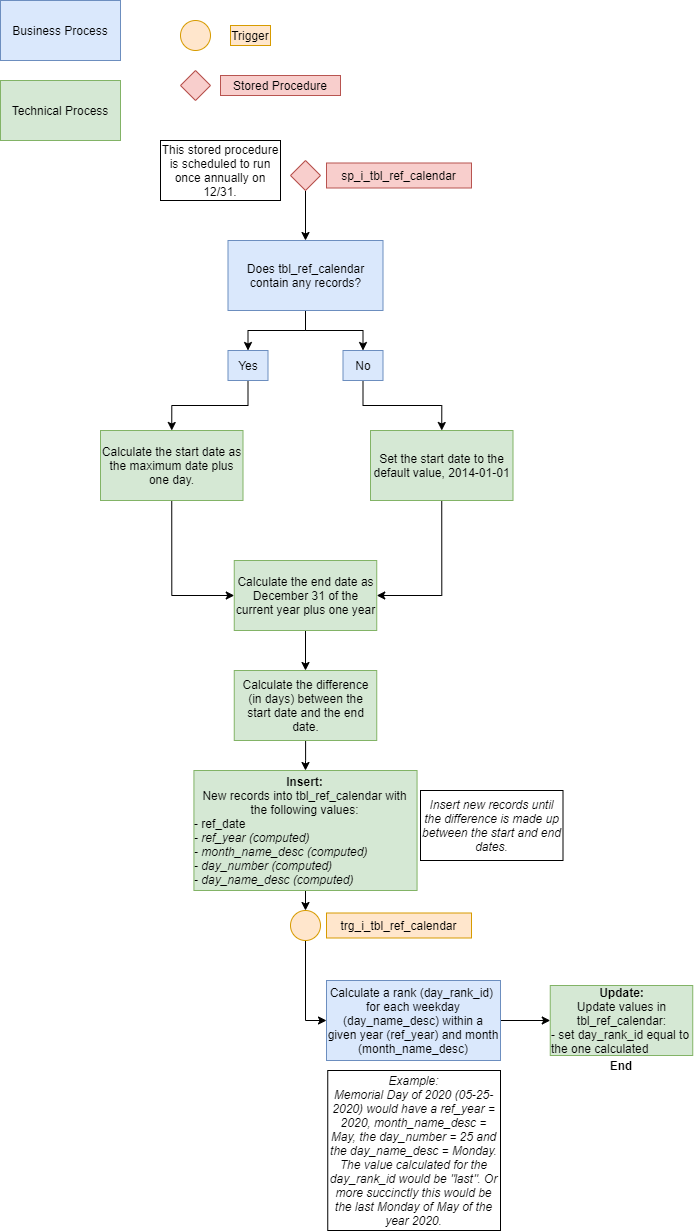
The draw.io diagram images/sp_insert_tbl_ref_calendar;trg_i_tbl_ref_calendar.png in NYC-Parks/SLADB, before a commit. Source tidied: cells renumbered, new cells last; positions are measured from the earlier drawing's top-left corner, leaving out a move shared by most shapes. Source of this version:
```xml
<mxGraphModel>
  <root>
    <mxCell id="0" />
    <mxCell id="1" parent="0" />
    <mxCell id="2" style="edgeStyle=orthogonalEdgeStyle;rounded=0;jettySize=auto;html=1;exitX=0.5;exitY=1;exitDx=0;exitDy=0;entryX=0.5;entryY=0;entryDx=0;entryDy=0;" parent="1" edge="1" source="3" target="18">
      <mxGeometry relative="1" as="geometry" />
    </mxCell>
    <mxCell id="3" style="rhombus;whiteSpace=wrap;html=1;fillColor=#f8cecc;strokeColor=#b85450;" parent="1" vertex="1">
      <mxGeometry x="290" y="160" width="30" height="30" as="geometry" />
    </mxCell>
    <mxCell id="4" value="sp_i_tbl_ref_calendar" style="rounded=0;whiteSpace=wrap;html=1;fillColor=#f8cecc;strokeColor=#b85450;" parent="1" vertex="1">
      <mxGeometry x="326" y="162.5" width="145" height="25" as="geometry" />
    </mxCell>
    <mxCell id="5" value="Business Process" style="rounded=0;whiteSpace=wrap;html=1;fillColor=#dae8fc;strokeColor=#6c8ebf;" parent="1" vertex="1">
      <mxGeometry width="120" height="60" as="geometry" />
    </mxCell>
    <mxCell id="6" value="Technical Process" style="rounded=0;whiteSpace=wrap;html=1;fillColor=#d5e8d4;strokeColor=#82b366;" parent="1" vertex="1">
      <mxGeometry y="80" width="120" height="60" as="geometry" />
    </mxCell>
    <mxCell id="7" style="ellipse;whiteSpace=wrap;html=1;fillColor=#ffe6cc;strokeColor=#d79b00;" parent="1" vertex="1">
      <mxGeometry x="180" y="20" width="30" height="30" as="geometry" />
    </mxCell>
    <mxCell id="8" value="Trigger" style="text;html=1;strokeColor=#d79b00;fillColor=#ffe6cc;align=center;verticalAlign=middle;whiteSpace=wrap;rounded=0;" parent="1" vertex="1">
      <mxGeometry x="230" y="25" width="40" height="20" as="geometry" />
    </mxCell>
    <mxCell id="9" style="rhombus;whiteSpace=wrap;html=1;align=left;fillColor=#f8cecc;strokeColor=#b85450;" parent="1" vertex="1">
      <mxGeometry x="180" y="70" width="30" height="30" as="geometry" />
    </mxCell>
    <mxCell id="10" value="Stored Procedure" style="text;html=1;strokeColor=#b85450;fillColor=#f8cecc;align=center;verticalAlign=middle;whiteSpace=wrap;rounded=0;" parent="1" vertex="1">
      <mxGeometry x="220" y="75" width="120" height="20" as="geometry" />
    </mxCell>
    <mxCell id="11" value="This stored procedure is scheduled to run once annually on 12/31." style="rounded=0;whiteSpace=wrap;html=1;" parent="1" vertex="1">
      <mxGeometry x="160" y="140" width="120" height="60" as="geometry" />
    </mxCell>
    <mxCell id="12" style="edgeStyle=orthogonalEdgeStyle;rounded=0;jettySize=auto;html=1;exitX=0.5;exitY=1;exitDx=0;exitDy=0;entryX=0;entryY=0.5;entryDx=0;entryDy=0;" parent="1" edge="1" source="13" target="15">
      <mxGeometry relative="1" as="geometry" />
    </mxCell>
    <mxCell id="13" value="Calculate the start date as the maximum date plus one day." style="rounded=0;whiteSpace=wrap;html=1;fillColor=#d5e8d4;strokeColor=#82b366;" parent="1" vertex="1">
      <mxGeometry x="100" y="430" width="142.5" height="70" as="geometry" />
    </mxCell>
    <mxCell id="14" style="edgeStyle=orthogonalEdgeStyle;rounded=0;jettySize=auto;html=1;exitX=0.5;exitY=1;exitDx=0;exitDy=0;entryX=0.5;entryY=0;entryDx=0;entryDy=0;" parent="1" edge="1" source="15" target="26">
      <mxGeometry relative="1" as="geometry" />
    </mxCell>
    <mxCell id="15" value="Calculate the end date as December 31 of the current year plus one year" style="rounded=0;whiteSpace=wrap;html=1;fillColor=#d5e8d4;strokeColor=#82b366;" parent="1" vertex="1">
      <mxGeometry x="233.8" y="560" width="142.5" height="70" as="geometry" />
    </mxCell>
    <mxCell id="16" style="edgeStyle=orthogonalEdgeStyle;rounded=0;jettySize=auto;html=1;exitX=0.5;exitY=1;exitDx=0;exitDy=0;entryX=0.5;entryY=0;entryDx=0;entryDy=0;" parent="1" edge="1" source="18" target="20">
      <mxGeometry relative="1" as="geometry" />
    </mxCell>
    <mxCell id="17" style="edgeStyle=orthogonalEdgeStyle;rounded=0;jettySize=auto;html=1;exitX=0.5;exitY=1;exitDx=0;exitDy=0;entryX=0.5;entryY=0;entryDx=0;entryDy=0;" parent="1" edge="1" source="18" target="22">
      <mxGeometry relative="1" as="geometry" />
    </mxCell>
    <mxCell id="18" value="Does tbl_ref_calendar contain any records?" style="rounded=0;whiteSpace=wrap;html=1;fillColor=#dae8fc;strokeColor=#6c8ebf;" parent="1" vertex="1">
      <mxGeometry x="227.5" y="240" width="155" height="70" as="geometry" />
    </mxCell>
    <mxCell id="19" style="edgeStyle=orthogonalEdgeStyle;rounded=0;jettySize=auto;html=1;exitX=0.5;exitY=1;exitDx=0;exitDy=0;entryX=0.5;entryY=0;entryDx=0;entryDy=0;" parent="1" edge="1" source="20" target="13">
      <mxGeometry relative="1" as="geometry" />
    </mxCell>
    <mxCell id="20" value="Yes" style="rounded=0;whiteSpace=wrap;html=1;fillColor=#dae8fc;strokeColor=#6c8ebf;" parent="1" vertex="1">
      <mxGeometry x="227.5" y="350" width="40" height="30" as="geometry" />
    </mxCell>
    <mxCell id="21" style="edgeStyle=orthogonalEdgeStyle;rounded=0;jettySize=auto;html=1;exitX=0.5;exitY=1;exitDx=0;exitDy=0;entryX=0.5;entryY=0;entryDx=0;entryDy=0;" parent="1" edge="1" source="22">
      <mxGeometry relative="1" as="geometry">
        <mxPoint x="441.2" y="430" as="targetPoint" />
      </mxGeometry>
    </mxCell>
    <mxCell id="22" value="No" style="rounded=0;whiteSpace=wrap;html=1;fillColor=#dae8fc;strokeColor=#6c8ebf;" parent="1" vertex="1">
      <mxGeometry x="342.5" y="350" width="40" height="30" as="geometry" />
    </mxCell>
    <mxCell id="23" style="edgeStyle=orthogonalEdgeStyle;rounded=0;jettySize=auto;html=1;exitX=0.5;exitY=1;exitDx=0;exitDy=0;entryX=1;entryY=0.5;entryDx=0;entryDy=0;" parent="1" edge="1" source="24" target="15">
      <mxGeometry relative="1" as="geometry" />
    </mxCell>
    <mxCell id="24" value="Set the start date to the default value, 2014-01-01" style="rounded=0;whiteSpace=wrap;html=1;fillColor=#d5e8d4;strokeColor=#82b366;" parent="1" vertex="1">
      <mxGeometry x="370" y="430" width="142.5" height="70" as="geometry" />
    </mxCell>
    <mxCell id="25" style="edgeStyle=orthogonalEdgeStyle;rounded=0;jettySize=auto;html=1;" parent="1" edge="1" source="26" target="28">
      <mxGeometry relative="1" as="geometry" />
    </mxCell>
    <mxCell id="26" value="Calculate the difference (in days) between the start date and the end date." style="rounded=0;whiteSpace=wrap;html=1;fillColor=#d5e8d4;strokeColor=#82b366;" parent="1" vertex="1">
      <mxGeometry x="233.8" y="670" width="142.5" height="70" as="geometry" />
    </mxCell>
    <mxCell id="27" style="edgeStyle=orthogonalEdgeStyle;rounded=0;jettySize=auto;html=1;exitX=0.5;exitY=1;exitDx=0;exitDy=0;entryX=0.5;entryY=0;entryDx=0;entryDy=0;" parent="1" edge="1" source="28" target="31">
      <mxGeometry relative="1" as="geometry" />
    </mxCell>
    <mxCell id="28" value="&lt;b&gt;Insert:&lt;/b&gt;&lt;br&gt;New records into tbl_ref_calendar with the following values:&lt;br&gt;&lt;div style=&quot;text-align: left&quot;&gt;&lt;span&gt;- ref_date&lt;/span&gt;&lt;/div&gt;&lt;div style=&quot;text-align: left&quot;&gt;&lt;span&gt;&lt;i&gt;- ref_year (computed)&lt;/i&gt;&lt;/span&gt;&lt;/div&gt;&lt;div style=&quot;text-align: left&quot;&gt;&lt;i&gt;- month_name_desc (computed)&lt;/i&gt;&lt;/div&gt;&lt;div style=&quot;text-align: left&quot;&gt;&lt;i&gt;- day_number (computed)&lt;/i&gt;&lt;/div&gt;&lt;div style=&quot;text-align: left&quot;&gt;&lt;i&gt;- day_name_desc (computed)&lt;/i&gt;&lt;/div&gt;" style="rounded=0;whiteSpace=wrap;html=1;fillColor=#d5e8d4;strokeColor=#82b366;" parent="1" vertex="1">
      <mxGeometry x="193.4" y="770" width="223.1" height="120" as="geometry" />
    </mxCell>
    <mxCell id="29" value="&lt;i&gt;Insert new records until the difference is made up between the start and end dates.&lt;/i&gt;" style="rounded=0;whiteSpace=wrap;html=1;" parent="1" vertex="1">
      <mxGeometry x="420" y="790" width="142.5" height="70" as="geometry" />
    </mxCell>
    <mxCell id="30" style="edgeStyle=orthogonalEdgeStyle;rounded=0;jettySize=auto;html=1;exitX=0.5;exitY=1;exitDx=0;exitDy=0;entryX=0;entryY=0.5;entryDx=0;entryDy=0;" parent="1" edge="1" source="31" target="35">
      <mxGeometry relative="1" as="geometry" />
    </mxCell>
    <mxCell id="31" style="ellipse;whiteSpace=wrap;html=1;fillColor=#ffe6cc;strokeColor=#d79b00;" parent="1" vertex="1">
      <mxGeometry x="290" y="910" width="30" height="30" as="geometry" />
    </mxCell>
    <mxCell id="32" value="trg_i_tbl_ref_calendar" style="rounded=0;whiteSpace=wrap;html=1;fillColor=#ffe6cc;strokeColor=#d79b00;" parent="1" vertex="1">
      <mxGeometry x="326" y="912.5" width="145" height="25" as="geometry" />
    </mxCell>
    <mxCell id="33" value="&lt;b&gt;Update:&lt;/b&gt;&lt;br&gt;Update values in tbl_ref_calendar:&lt;br&gt;&lt;div style=&quot;text-align: left&quot;&gt;&lt;span&gt;- set day_rank_id equal to the one calculated&lt;/span&gt;&lt;/div&gt;" style="rounded=0;whiteSpace=wrap;html=1;fillColor=#d5e8d4;strokeColor=#82b366;" parent="1" vertex="1">
      <mxGeometry x="549.8" y="985" width="142.5" height="70" as="geometry" />
    </mxCell>
    <mxCell id="34" style="edgeStyle=orthogonalEdgeStyle;rounded=0;jettySize=auto;html=1;exitX=1;exitY=0.5;exitDx=0;exitDy=0;entryX=0;entryY=0.5;entryDx=0;entryDy=0;" parent="1" edge="1" source="35" target="33">
      <mxGeometry relative="1" as="geometry" />
    </mxCell>
    <mxCell id="35" value="Calculate a rank (day_rank_id)&amp;nbsp; for each weekday (day_name_desc) within a given year (ref_year) and month (month_name_desc)" style="rounded=0;whiteSpace=wrap;html=1;fillColor=#dae8fc;strokeColor=#6c8ebf;" parent="1" vertex="1">
      <mxGeometry x="326" y="980" width="174" height="80" as="geometry" />
    </mxCell>
    <mxCell id="36" value="&lt;i&gt;Example:&lt;br&gt;Memorial Day of 2020 (05-25-2020) would have a ref_year = 2020, month_name_desc = May, the day_number = 25 and the day_name_desc = Monday. The value calculated for the day_rank_id would be &quot;last&quot;. Or more succinctly this would be the last Monday of May of the year 2020.&lt;br&gt;&lt;/i&gt;" style="rounded=0;whiteSpace=wrap;html=1;" parent="1" vertex="1">
      <mxGeometry x="327.2" y="1070" width="172.8" height="160" as="geometry" />
    </mxCell>
    <mxCell id="37" value="&lt;b&gt;End&lt;/b&gt;" style="text;html=1;strokeColor=none;fillColor=none;align=center;verticalAlign=middle;whiteSpace=wrap;rounded=0;" parent="1" vertex="1">
      <mxGeometry x="601" y="1055" width="40" height="20" as="geometry" />
    </mxCell>
  </root>
</mxGraphModel>
```
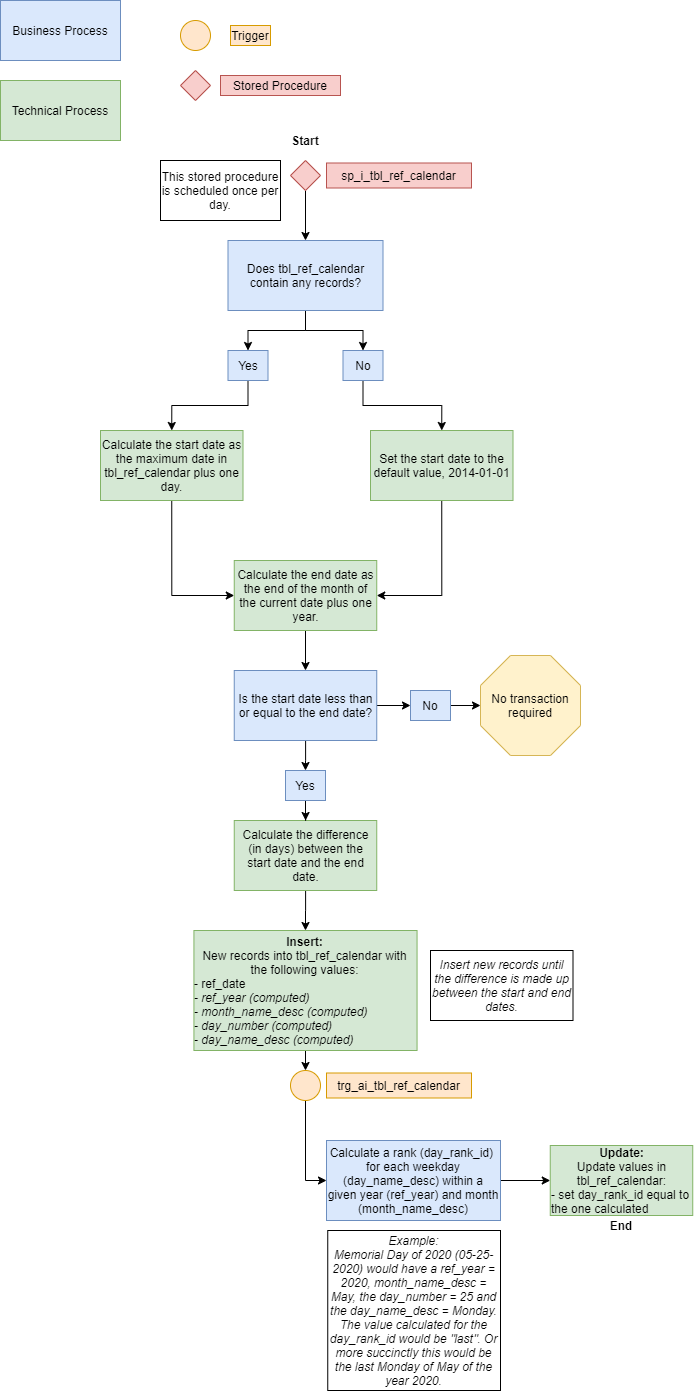
After the commit.

Change to the diagram source:
```diff
@@ -29,19 +29,19 @@
     <mxCell id="10" value="Stored Procedure" style="text;html=1;strokeColor=#b85450;fillColor=#f8cecc;align=center;verticalAlign=middle;whiteSpace=wrap;rounded=0;" parent="1" vertex="1">
       <mxGeometry x="220" y="75" width="120" height="20" as="geometry" />
     </mxCell>
-    <mxCell id="11" value="This stored procedure is scheduled to run once annually on 12/31." style="rounded=0;whiteSpace=wrap;html=1;" parent="1" vertex="1">
-      <mxGeometry x="160" y="140" width="120" height="60" as="geometry" />
+    <mxCell id="11" value="This stored procedure is scheduled once per day." style="rounded=0;whiteSpace=wrap;html=1;" parent="1" vertex="1">
+      <mxGeometry x="160" y="160" width="120" height="60" as="geometry" />
     </mxCell>
     <mxCell id="12" style="edgeStyle=orthogonalEdgeStyle;rounded=0;jettySize=auto;html=1;exitX=0.5;exitY=1;exitDx=0;exitDy=0;entryX=0;entryY=0.5;entryDx=0;entryDy=0;" parent="1" edge="1" source="13" target="15">
       <mxGeometry relative="1" as="geometry" />
     </mxCell>
-    <mxCell id="13" value="Calculate the start date as the maximum date plus one day." style="rounded=0;whiteSpace=wrap;html=1;fillColor=#d5e8d4;strokeColor=#82b366;" parent="1" vertex="1">
+    <mxCell id="13" value="Calculate the start date as the maximum date in tbl_ref_calendar plus one day." style="rounded=0;whiteSpace=wrap;html=1;fillColor=#d5e8d4;strokeColor=#82b366;" parent="1" vertex="1">
       <mxGeometry x="100" y="430" width="142.5" height="70" as="geometry" />
     </mxCell>
     <mxCell id="14" style="edgeStyle=orthogonalEdgeStyle;rounded=0;jettySize=auto;html=1;exitX=0.5;exitY=1;exitDx=0;exitDy=0;entryX=0.5;entryY=0;entryDx=0;entryDy=0;" parent="1" edge="1" source="15" target="26">
       <mxGeometry relative="1" as="geometry" />
     </mxCell>
-    <mxCell id="15" value="Calculate the end date as December 31 of the current year plus one year" style="rounded=0;whiteSpace=wrap;html=1;fillColor=#d5e8d4;strokeColor=#82b366;" parent="1" vertex="1">
+    <mxCell id="15" value="Calculate the end date as the end of the month of the current date plus one year." style="rounded=0;whiteSpace=wrap;html=1;fillColor=#d5e8d4;strokeColor=#82b366;" parent="1" vertex="1">
       <mxGeometry x="233.8" y="560" width="142.5" height="70" as="geometry" />
     </mxCell>
     <mxCell id="16" style="edgeStyle=orthogonalEdgeStyle;rounded=0;jettySize=auto;html=1;exitX=0.5;exitY=1;exitDx=0;exitDy=0;entryX=0.5;entryY=0;entryDx=0;entryDy=0;" parent="1" edge="1" source="18" target="20">
@@ -73,44 +73,71 @@
     <mxCell id="24" value="Set the start date to the default value, 2014-01-01" style="rounded=0;whiteSpace=wrap;html=1;fillColor=#d5e8d4;strokeColor=#82b366;" parent="1" vertex="1">
       <mxGeometry x="370" y="430" width="142.5" height="70" as="geometry" />
     </mxCell>
-    <mxCell id="25" style="edgeStyle=orthogonalEdgeStyle;rounded=0;jettySize=auto;html=1;" parent="1" edge="1" source="26" target="28">
-      <mxGeometry relative="1" as="geometry" />
-    </mxCell>
+    <mxCell id="38" style="edgeStyle=orthogonalEdgeStyle;rounded=0;jettySize=auto;html=1;" parent="1" edge="1" source="26" target="43">
+      <mxGeometry relative="1" as="geometry" />
+    </mxCell>
+    <mxCell id="39" style="edgeStyle=orthogonalEdgeStyle;rounded=0;jettySize=auto;html=1;" parent="1" edge="1" source="26" target="45">
+      <mxGeometry relative="1" as="geometry" />
+    </mxCell>
-    <mxCell id="26" value="Calculate the difference (in days) between the start date and the end date." style="rounded=0;whiteSpace=wrap;html=1;fillColor=#d5e8d4;strokeColor=#82b366;" parent="1" vertex="1">
+    <mxCell id="26" value="Is the start date less than or equal to the end date?" style="rounded=0;whiteSpace=wrap;html=1;fillColor=#dae8fc;strokeColor=#6c8ebf;" parent="1" vertex="1">
       <mxGeometry x="233.8" y="670" width="142.5" height="70" as="geometry" />
     </mxCell>
     <mxCell id="27" style="edgeStyle=orthogonalEdgeStyle;rounded=0;jettySize=auto;html=1;exitX=0.5;exitY=1;exitDx=0;exitDy=0;entryX=0.5;entryY=0;entryDx=0;entryDy=0;" parent="1" edge="1" source="28" target="31">
       <mxGeometry relative="1" as="geometry" />
     </mxCell>
     <mxCell id="28" value="&lt;b&gt;Insert:&lt;/b&gt;&lt;br&gt;New records into tbl_ref_calendar with the following values:&lt;br&gt;&lt;div style=&quot;text-align: left&quot;&gt;&lt;span&gt;- ref_date&lt;/span&gt;&lt;/div&gt;&lt;div style=&quot;text-align: left&quot;&gt;&lt;span&gt;&lt;i&gt;- ref_year (computed)&lt;/i&gt;&lt;/span&gt;&lt;/div&gt;&lt;div style=&quot;text-align: left&quot;&gt;&lt;i&gt;- month_name_desc (computed)&lt;/i&gt;&lt;/div&gt;&lt;div style=&quot;text-align: left&quot;&gt;&lt;i&gt;- day_number (computed)&lt;/i&gt;&lt;/div&gt;&lt;div style=&quot;text-align: left&quot;&gt;&lt;i&gt;- day_name_desc (computed)&lt;/i&gt;&lt;/div&gt;" style="rounded=0;whiteSpace=wrap;html=1;fillColor=#d5e8d4;strokeColor=#82b366;" parent="1" vertex="1">
-      <mxGeometry x="193.4" y="770" width="223.1" height="120" as="geometry" />
+      <mxGeometry x="193.4" y="930" width="223.1" height="120" as="geometry" />
     </mxCell>
     <mxCell id="29" value="&lt;i&gt;Insert new records until the difference is made up between the start and end dates.&lt;/i&gt;" style="rounded=0;whiteSpace=wrap;html=1;" parent="1" vertex="1">
-      <mxGeometry x="420" y="790" width="142.5" height="70" as="geometry" />
+      <mxGeometry x="430" y="950" width="142.5" height="70" as="geometry" />
     </mxCell>
     <mxCell id="30" style="edgeStyle=orthogonalEdgeStyle;rounded=0;jettySize=auto;html=1;exitX=0.5;exitY=1;exitDx=0;exitDy=0;entryX=0;entryY=0.5;entryDx=0;entryDy=0;" parent="1" edge="1" source="31" target="35">
       <mxGeometry relative="1" as="geometry" />
     </mxCell>
     <mxCell id="31" style="ellipse;whiteSpace=wrap;html=1;fillColor=#ffe6cc;strokeColor=#d79b00;" parent="1" vertex="1">
-      <mxGeometry x="290" y="910" width="30" height="30" as="geometry" />
+      <mxGeometry x="290" y="1070" width="30" height="30" as="geometry" />
     </mxCell>
-    <mxCell id="32" value="trg_i_tbl_ref_calendar" style="rounded=0;whiteSpace=wrap;html=1;fillColor=#ffe6cc;strokeColor=#d79b00;" parent="1" vertex="1">
-      <mxGeometry x="326" y="912.5" width="145" height="25" as="geometry" />
+    <mxCell id="32" value="trg_ai_tbl_ref_calendar" style="rounded=0;whiteSpace=wrap;html=1;fillColor=#ffe6cc;strokeColor=#d79b00;" parent="1" vertex="1">
+      <mxGeometry x="326" y="1072.5" width="145" height="25" as="geometry" />
     </mxCell>
     <mxCell id="33" value="&lt;b&gt;Update:&lt;/b&gt;&lt;br&gt;Update values in tbl_ref_calendar:&lt;br&gt;&lt;div style=&quot;text-align: left&quot;&gt;&lt;span&gt;- set day_rank_id equal to the one calculated&lt;/span&gt;&lt;/div&gt;" style="rounded=0;whiteSpace=wrap;html=1;fillColor=#d5e8d4;strokeColor=#82b366;" parent="1" vertex="1">
-      <mxGeometry x="549.8" y="985" width="142.5" height="70" as="geometry" />
+      <mxGeometry x="549.8" y="1145" width="142.5" height="70" as="geometry" />
     </mxCell>
     <mxCell id="34" style="edgeStyle=orthogonalEdgeStyle;rounded=0;jettySize=auto;html=1;exitX=1;exitY=0.5;exitDx=0;exitDy=0;entryX=0;entryY=0.5;entryDx=0;entryDy=0;" parent="1" edge="1" source="35" target="33">
       <mxGeometry relative="1" as="geometry" />
     </mxCell>
     <mxCell id="35" value="Calculate a rank (day_rank_id)&amp;nbsp; for each weekday (day_name_desc) within a given year (ref_year) and month (month_name_desc)" style="rounded=0;whiteSpace=wrap;html=1;fillColor=#dae8fc;strokeColor=#6c8ebf;" parent="1" vertex="1">
-      <mxGeometry x="326" y="980" width="174" height="80" as="geometry" />
+      <mxGeometry x="326" y="1140" width="174" height="80" as="geometry" />
     </mxCell>
     <mxCell id="36" value="&lt;i&gt;Example:&lt;br&gt;Memorial Day of 2020 (05-25-2020) would have a ref_year = 2020, month_name_desc = May, the day_number = 25 and the day_name_desc = Monday. The value calculated for the day_rank_id would be &quot;last&quot;. Or more succinctly this would be the last Monday of May of the year 2020.&lt;br&gt;&lt;/i&gt;" style="rounded=0;whiteSpace=wrap;html=1;" parent="1" vertex="1">
-      <mxGeometry x="327.2" y="1070" width="172.8" height="160" as="geometry" />
+      <mxGeometry x="327.2" y="1230" width="172.8" height="160" as="geometry" />
     </mxCell>
     <mxCell id="37" value="&lt;b&gt;End&lt;/b&gt;" style="text;html=1;strokeColor=none;fillColor=none;align=center;verticalAlign=middle;whiteSpace=wrap;rounded=0;" parent="1" vertex="1">
-      <mxGeometry x="601" y="1055" width="40" height="20" as="geometry" />
+      <mxGeometry x="601" y="1215" width="40" height="20" as="geometry" />
     </mxCell>
+    <mxCell id="40" style="edgeStyle=orthogonalEdgeStyle;rounded=0;jettySize=auto;html=1;" parent="1" edge="1" source="41" target="28">
+      <mxGeometry relative="1" as="geometry" />
+    </mxCell>
+    <mxCell id="41" value="Calculate the difference (in days) between the start date and the end date." style="rounded=0;whiteSpace=wrap;html=1;fillColor=#d5e8d4;strokeColor=#82b366;" parent="1" vertex="1">
+      <mxGeometry x="233.8" y="820" width="142.5" height="70" as="geometry" />
+    </mxCell>
+    <mxCell id="42" style="edgeStyle=orthogonalEdgeStyle;rounded=0;jettySize=auto;html=1;" parent="1" edge="1" source="43" target="41">
+      <mxGeometry relative="1" as="geometry" />
+    </mxCell>
+    <mxCell id="43" value="Yes" style="rounded=0;whiteSpace=wrap;html=1;fillColor=#dae8fc;strokeColor=#6c8ebf;" parent="1" vertex="1">
+      <mxGeometry x="285" y="770" width="40" height="30" as="geometry" />
+    </mxCell>
+    <mxCell id="44" style="edgeStyle=orthogonalEdgeStyle;rounded=0;jettySize=auto;html=1;" parent="1" edge="1" source="45" target="46">
+      <mxGeometry relative="1" as="geometry" />
+    </mxCell>
+    <mxCell id="45" value="No" style="rounded=0;whiteSpace=wrap;html=1;fillColor=#dae8fc;strokeColor=#6c8ebf;" parent="1" vertex="1">
+      <mxGeometry x="410" y="690" width="40" height="30" as="geometry" />
+    </mxCell>
+    <mxCell id="46" value="No transaction required" style="whiteSpace=wrap;html=1;shape=mxgraph.basic.octagon2;align=center;verticalAlign=middle;dx=15;fillColor=#fff2cc;strokeColor=#d6b656;" parent="1" vertex="1">
+      <mxGeometry x="480" y="655" width="100" height="100" as="geometry" />
+    </mxCell>
+    <mxCell id="47" value="&lt;b&gt;Start&lt;/b&gt;" style="text;html=1;strokeColor=none;fillColor=none;align=center;verticalAlign=middle;whiteSpace=wrap;rounded=0;" parent="1" vertex="1">
+      <mxGeometry x="285" y="130" width="40" height="20" as="geometry" />
+    </mxCell>
   </root>
 </mxGraphModel>
```
